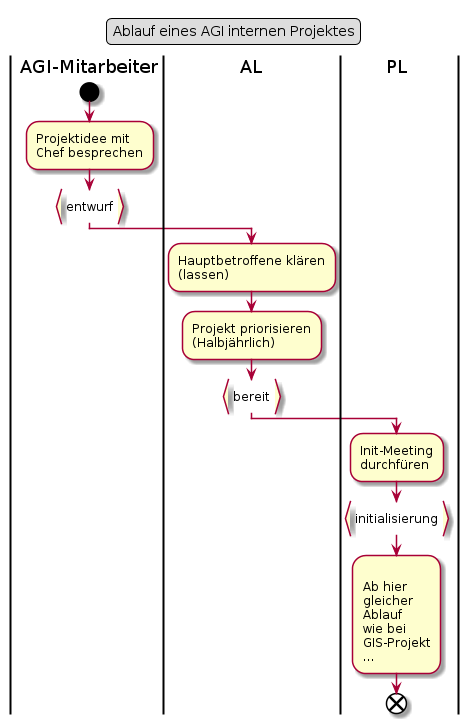
Before: puml_output/flow_agiprojekt.png, a diagram exported from PlantUML (ojeker/docktick).
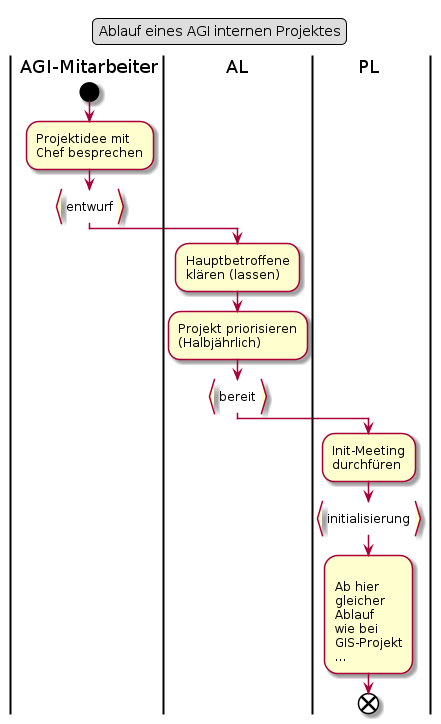
The same diagram one commit later.

What changed in the source:
```diff
@@ -8,8 +8,8 @@
 Chef besprechen;
 :entwurf}
 |AL|
-:Hauptbetroffene klären
-(lassen);
+:Hauptbetroffene
+klären (lassen);
 :Projekt priorisieren
 (Halbjährlich);
 :bereit}
```
